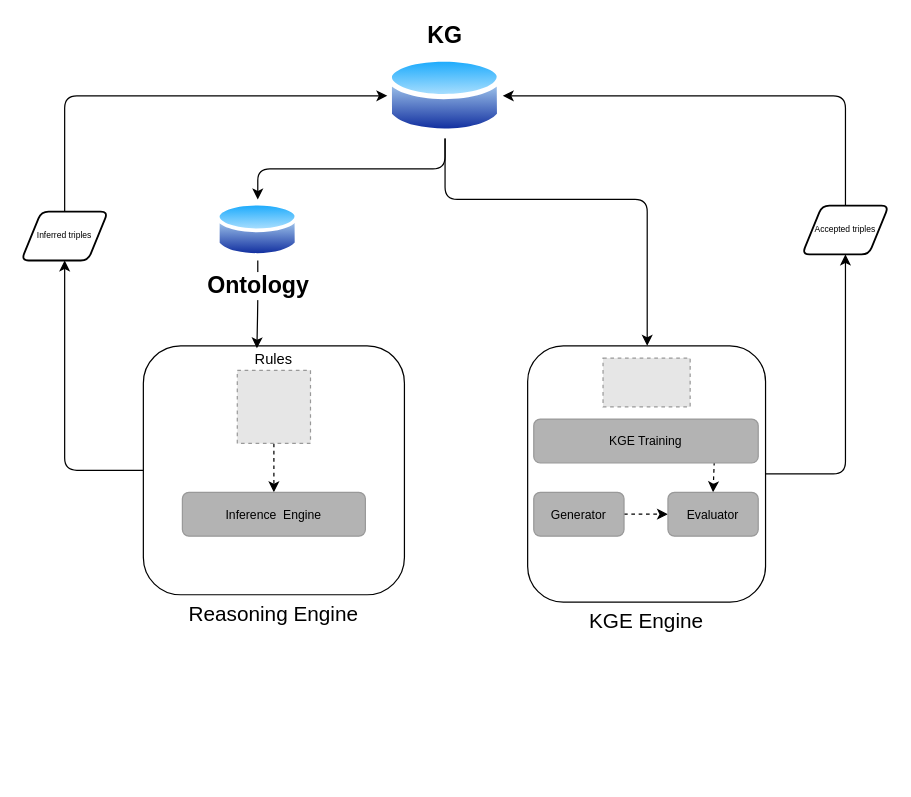
Above: page "Page-4" (4 of 5) of Untitled Diagram.drawio in smejkka3/kge-w-rule-based-reasoning (draw.io), before the change. Source tidied: cells renumbered, new cells numbered last; positions are measured from the earlier drawing's top-left corner, leaving out a move shared by most shapes. Both pictures are drawn from the tidied source at 122%, with x=0, y=0 at pixel (21, 52). Pictures stored in the file or linked from it are replaced by grey dashed boxes.
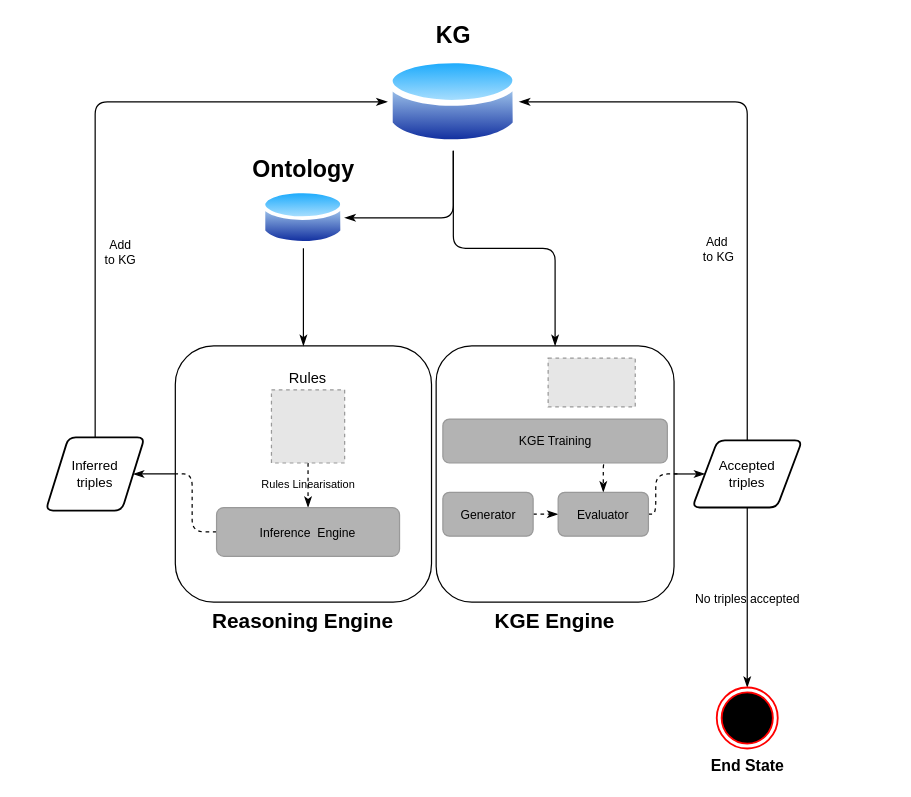
The same page after the edit.

The edit, as a diff of the source:
```diff
@@
-    <mxCell id="2" style="edgeStyle=orthogonalEdgeStyle;rounded=1;jettySize=auto;html=1;exitX=1;exitY=0.5;exitDx=0;exitDy=0;entryX=0.5;entryY=1;entryDx=0;entryDy=0;fontSize=7;" parent="1" edge="1" source="3" target="23">
+    <mxCell id="2" style="edgeStyle=orthogonalEdgeStyle;rounded=1;jettySize=auto;html=1;exitX=1;exitY=0.5;exitDx=0;exitDy=0;entryX=0;entryY=0.5;entryDx=0;entryDy=0;fontSize=13;endArrow=classicThin;endFill=1;" parent="1" edge="1" source="3" target="23">
       <mxGeometry relative="1" as="geometry" />
     </mxCell>
-    <mxCell id="3" value="KGE Engine" style="rounded=1;whiteSpace=wrap;html=1;fillColor=none;fontSize=17;labelPosition=center;verticalLabelPosition=bottom;align=center;verticalAlign=top;" parent="1" vertex="1">
-      <mxGeometry x="415" y="240" width="195" height="210" as="geometry" />
+    <mxCell id="3" value="KGE Engine" style="rounded=1;whiteSpace=wrap;html=1;fillColor=none;fontSize=17;labelPosition=center;verticalLabelPosition=bottom;align=center;verticalAlign=top;fontStyle=1;" parent="1" vertex="1">
+      <mxGeometry x="340" y="240" width="195" height="210" as="geometry" />
     </mxCell>
+    <mxCell id="5" style="edgeStyle=orthogonalEdgeStyle;rounded=1;jettySize=auto;html=1;exitX=0.5;exitY=1;exitDx=0;exitDy=0;fontSize=13;endArrow=classicThin;endFill=1;entryX=0.5;entryY=0;entryDx=0;entryDy=0;" parent="1" edge="1" source="6" target="3">
+      <mxGeometry relative="1" as="geometry" />
+    </mxCell>
-    <mxCell id="4" style="edgeStyle=orthogonalEdgeStyle;rounded=1;jettySize=auto;html=1;exitX=0.5;exitY=1;exitDx=0;exitDy=0;fontSize=7;" parent="1" edge="1" source="6" target="8">
+    <mxCell id="4" style="edgeStyle=orthogonalEdgeStyle;rounded=1;jettySize=auto;html=1;exitX=0.5;exitY=1;exitDx=0;exitDy=0;entryX=1;entryY=0.5;entryDx=0;entryDy=0;fontSize=13;endArrow=classicThin;endFill=1;" parent="1" edge="1" source="6" target="8">
       <mxGeometry relative="1" as="geometry" />
     </mxCell>
-    <mxCell id="5" style="edgeStyle=orthogonalEdgeStyle;rounded=1;jettySize=auto;html=1;exitX=0.5;exitY=1;exitDx=0;exitDy=0;fontSize=7;" parent="1" edge="1" source="6" target="3">
-      <mxGeometry relative="1" as="geometry">
-        <Array as="points">
-          <mxPoint x="347" y="120" />
-          <mxPoint x="513" y="120" />
-        </Array>
-      </mxGeometry>
-    </mxCell>
     <mxCell id="6" value="KG" style="perimeter=ellipsePerimeter;html=1;align=center;shadow=0;dashed=0;spacingTop=3;image;image=img/lib/active_directory/database.svg;fillColor=none;fontSize=19;fontStyle=1;labelPosition=center;verticalLabelPosition=top;verticalAlign=bottom;" parent="1" vertex="1">
-      <mxGeometry x="300" width="94.6" height="70" as="geometry" />
+      <mxGeometry x="300" width="108.1" height="80" as="geometry" />
     </mxCell>
-    <mxCell id="7" style="edgeStyle=orthogonalEdgeStyle;rounded=1;jettySize=auto;html=1;exitX=0.5;exitY=1;exitDx=0;exitDy=0;entryX=0.435;entryY=0.01;entryDx=0;entryDy=0;entryPerimeter=0;fontSize=7;" parent="1" edge="1" source="8" target="10">
+    <mxCell id="7" style="edgeStyle=orthogonalEdgeStyle;rounded=1;jettySize=auto;html=1;exitX=0.5;exitY=1;exitDx=0;exitDy=0;entryX=0.5;entryY=0;entryDx=0;entryDy=0;fontSize=13;endArrow=classicThin;endFill=1;" parent="1" edge="1" source="8" target="10">
       <mxGeometry relative="1" as="geometry" />
     </mxCell>
-    <mxCell id="8" value="Ontology" style="perimeter=ellipsePerimeter;html=1;align=center;shadow=0;dashed=0;spacingTop=3;image;image=img/lib/active_directory/database.svg;fontSize=19;fillColor=none;fontStyle=1;" parent="1" vertex="1">
-      <mxGeometry x="160" y="120" width="67.6" height="50" as="geometry" />
+    <mxCell id="8" value="Ontology" style="perimeter=ellipsePerimeter;html=1;align=center;shadow=0;dashed=0;spacingTop=3;image;image=img/lib/active_directory/database.svg;fontSize=19;fillColor=none;fontStyle=1;labelBackgroundColor=none;labelPosition=center;verticalLabelPosition=top;verticalAlign=bottom;" parent="1" vertex="1">
+      <mxGeometry x="197.4" y="110" width="67.6" height="50" as="geometry" />
     </mxCell>
-    <mxCell id="9" style="edgeStyle=orthogonalEdgeStyle;rounded=1;jettySize=auto;html=1;exitX=0;exitY=0.5;exitDx=0;exitDy=0;fontSize=7;" parent="1" edge="1" source="10" target="12">
+    <mxCell id="9" style="edgeStyle=orthogonalEdgeStyle;rounded=1;jettySize=auto;html=1;exitX=0;exitY=0.5;exitDx=0;exitDy=0;entryX=1;entryY=0.5;entryDx=0;entryDy=0;fontSize=13;endArrow=classicThin;endFill=1;" parent="1" edge="1" source="10" target="12">
       <mxGeometry relative="1" as="geometry" />
     </mxCell>
-    <mxCell id="10" value="Reasoning Engine" style="rounded=1;whiteSpace=wrap;html=1;fontSize=17;fillColor=none;labelPosition=center;verticalLabelPosition=bottom;align=center;verticalAlign=top;" parent="1" vertex="1">
-      <mxGeometry x="100" y="240" width="214" height="204" as="geometry" />
+    <mxCell id="10" value="Reasoning Engine" style="rounded=1;whiteSpace=wrap;html=1;fontSize=17;fillColor=none;labelPosition=center;verticalLabelPosition=bottom;align=center;verticalAlign=top;fontStyle=1;" parent="1" vertex="1">
+      <mxGeometry x="126.2" y="240" width="210" height="210" as="geometry" />
     </mxCell>
-    <mxCell id="11" style="edgeStyle=orthogonalEdgeStyle;rounded=1;jettySize=auto;html=1;exitX=0.5;exitY=0;exitDx=0;exitDy=0;entryX=0;entryY=0.5;entryDx=0;entryDy=0;fontSize=7;" parent="1" edge="1" source="12" target="6">
-      <mxGeometry relative="1" as="geometry" />
+    <mxCell id="11" value="Add &lt;br&gt;to KG" style="edgeStyle=orthogonalEdgeStyle;rounded=1;jettySize=auto;html=1;exitX=0.5;exitY=0;exitDx=0;exitDy=0;entryX=0;entryY=0.5;entryDx=0;entryDy=0;fontSize=10;endArrow=classicThin;endFill=1;labelBackgroundColor=none;" parent="1" edge="1" source="12" target="6">
+      <mxGeometry x="-0.41" y="-19" relative="1" as="geometry">
+        <mxPoint x="1" as="offset" />
+      </mxGeometry>
     </mxCell>
-    <mxCell id="12" value="Inferred triples" style="shape=parallelogram;html=1;strokeWidth=1.5;perimeter=parallelogramPerimeter;whiteSpace=wrap;rounded=1;arcSize=12;size=0.23;fontSize=7;fillColor=none;" parent="1" vertex="1">
-      <mxGeometry y="130" width="71" height="40" as="geometry" />
+    <mxCell id="12" value="Inferred &lt;br style=&quot;font-size: 11px;&quot;&gt;triples" style="shape=parallelogram;html=1;strokeWidth=1.5;perimeter=parallelogramPerimeter;whiteSpace=wrap;rounded=1;arcSize=12;size=0.23;fontSize=11;fillColor=none;verticalAlign=middle;align=center;" parent="1" vertex="1">
+      <mxGeometry x="20" y="315" width="81" height="60" as="geometry" />
     </mxCell>
     <mxCell id="13" style="fillColor=#E6E6E6;strokeColor=#999999;dashed=1;verticalLabelPosition=bottom;verticalAlign=top;fontSize=10;" parent="1" vertex="1">
-      <mxGeometry x="476.8" y="250" width="71.4" height="40" as="geometry" />
+      <mxGeometry x="431.8" y="250" width="71.4" height="40" as="geometry" />
     </mxCell>
-    <mxCell id="14" style="edgeStyle=orthogonalEdgeStyle;rounded=1;jettySize=auto;html=1;exitX=0.5;exitY=1;exitDx=0;exitDy=0;dashed=1;fontSize=7;" parent="1" edge="1" source="15" target="16">
+    <mxCell id="14" value="Rules Linearisation" style="edgeStyle=orthogonalEdgeStyle;rounded=1;jettySize=auto;html=1;exitX=0.5;exitY=1;exitDx=0;exitDy=0;entryX=0.5;entryY=0;entryDx=0;entryDy=0;labelBackgroundColor=none;fontSize=9;endArrow=classicThin;endFill=1;dashed=1;" parent="1" edge="1" source="15" target="16">
       <mxGeometry relative="1" as="geometry" />
     </mxCell>
     <mxCell id="15" value="Rules" style="fillColor=#E6E6E6;strokeColor=#999999;dashed=1;verticalLabelPosition=top;labelBackgroundColor=default;verticalAlign=bottom;labelPosition=center;align=center;" parent="1" vertex="1">
-      <mxGeometry x="177" y="260" width="60" height="60" as="geometry" />
+      <mxGeometry x="205" y="276" width="60" height="60" as="geometry" />
     </mxCell>
+    <mxCell id="24" style="edgeStyle=orthogonalEdgeStyle;rounded=1;jettySize=auto;html=1;exitX=0;exitY=0.5;exitDx=0;exitDy=0;dashed=1;labelBackgroundColor=none;fontSize=9;endArrow=none;endFill=0;entryX=0;entryY=0.5;entryDx=0;entryDy=0;" parent="1" edge="1" source="16" target="10">
+      <mxGeometry relative="1" as="geometry">
+        <Array as="points">
+          <mxPoint x="140" y="393" />
+          <mxPoint x="140" y="345" />
+        </Array>
+      </mxGeometry>
+    </mxCell>
     <mxCell id="16" value="Inference &amp;nbsp;Engine" style="rounded=1;whiteSpace=wrap;html=1;fillStyle=solid;strokeColor=#999999;fontSize=10;fillColor=#B3B3B3;gradientColor=none;" parent="1" vertex="1">
-      <mxGeometry x="132" y="360" width="150" height="36" as="geometry" />
+      <mxGeometry x="160" y="372.5" width="150" height="40" as="geometry" />
     </mxCell>
-    <mxCell id="17" style="edgeStyle=orthogonalEdgeStyle;rounded=1;jettySize=auto;html=1;exitX=0.804;exitY=0.972;exitDx=0;exitDy=0;entryX=0.5;entryY=0;entryDx=0;entryDy=0;dashed=1;fontSize=7;exitPerimeter=0;" parent="1" edge="1" source="18" target="21">
-      <mxGeometry relative="1" as="geometry" />
-    </mxCell>
+    <mxCell id="25" style="edgeStyle=orthogonalEdgeStyle;rounded=1;jettySize=auto;html=1;entryX=0.5;entryY=0;entryDx=0;entryDy=0;dashed=1;labelBackgroundColor=none;fontSize=9;endArrow=classicThin;endFill=1;" parent="1" edge="1" target="21">
+      <mxGeometry relative="1" as="geometry">
+        <mxPoint x="522" y="330" as="sourcePoint" />
+      </mxGeometry>
+    </mxCell>
     <mxCell id="18" value="KGE Training" style="rounded=1;whiteSpace=wrap;html=1;fillStyle=solid;strokeColor=#999999;fontSize=10;fillColor=#B3B3B3;gradientColor=none;" parent="1" vertex="1">
-      <mxGeometry x="420" y="300" width="184" height="36" as="geometry" />
+      <mxGeometry x="345.5" y="300" width="184" height="36" as="geometry" />
     </mxCell>
-    <mxCell id="19" style="edgeStyle=orthogonalEdgeStyle;rounded=1;jettySize=auto;html=1;exitX=1;exitY=0.5;exitDx=0;exitDy=0;entryX=0;entryY=0.5;entryDx=0;entryDy=0;dashed=1;fontSize=7;" parent="1" edge="1" source="20" target="21">
+    <mxCell id="19" style="edgeStyle=orthogonalEdgeStyle;rounded=1;jettySize=auto;html=1;exitX=1;exitY=0.5;exitDx=0;exitDy=0;entryX=0;entryY=0.5;entryDx=0;entryDy=0;dashed=1;labelBackgroundColor=none;fontSize=9;endArrow=classicThin;endFill=1;" parent="1" edge="1" source="20" target="21">
       <mxGeometry relative="1" as="geometry" />
     </mxCell>
     <mxCell id="20" value="Generator" style="rounded=1;whiteSpace=wrap;html=1;fillStyle=solid;strokeColor=#999999;fontSize=10;fillColor=#B3B3B3;gradientColor=none;" parent="1" vertex="1">
-      <mxGeometry x="420" y="360" width="74" height="36" as="geometry" />
+      <mxGeometry x="345.5" y="360" width="74" height="36" as="geometry" />
     </mxCell>
+    <mxCell id="26" style="edgeStyle=orthogonalEdgeStyle;rounded=1;jettySize=auto;html=1;exitX=1;exitY=0.5;exitDx=0;exitDy=0;dashed=1;labelBackgroundColor=none;fontSize=11;endArrow=none;endFill=0;" parent="1" edge="1" source="21">
+      <mxGeometry relative="1" as="geometry">
+        <mxPoint x="540" y="345" as="targetPoint" />
+        <Array as="points">
+          <mxPoint x="520" y="378" />
+          <mxPoint x="520" y="345" />
+          <mxPoint x="540" y="345" />
+        </Array>
+      </mxGeometry>
+    </mxCell>
     <mxCell id="21" value="Evaluator" style="rounded=1;whiteSpace=wrap;html=1;fillStyle=solid;strokeColor=#999999;fontSize=10;fillColor=#B3B3B3;gradientColor=none;" parent="1" vertex="1">
-      <mxGeometry x="530" y="360" width="74" height="36" as="geometry" />
+      <mxGeometry x="440" y="360" width="74" height="36" as="geometry" />
     </mxCell>
-    <mxCell id="22" style="edgeStyle=orthogonalEdgeStyle;rounded=1;jettySize=auto;html=1;exitX=0.5;exitY=0;exitDx=0;exitDy=0;entryX=1;entryY=0.5;entryDx=0;entryDy=0;fontSize=7;" parent="1" edge="1" source="23" target="6">
-      <mxGeometry relative="1" as="geometry" />
+    <mxCell id="22" value="Add&lt;br&gt;&amp;nbsp;to&amp;nbsp;KG" style="edgeStyle=orthogonalEdgeStyle;rounded=1;jettySize=auto;html=1;exitX=0.5;exitY=0;exitDx=0;exitDy=0;entryX=1;entryY=0.5;entryDx=0;entryDy=0;fontSize=10;endArrow=classicThin;endFill=1;labelBackgroundColor=none;" parent="1" edge="1" source="23" target="6">
+      <mxGeometry x="-0.32" y="25" relative="1" as="geometry">
+        <mxPoint y="1" as="offset" />
+      </mxGeometry>
     </mxCell>
+    <mxCell id="27" value="No triples accepted" style="edgeStyle=orthogonalEdgeStyle;rounded=1;jettySize=auto;html=1;exitX=0.5;exitY=1;exitDx=0;exitDy=0;entryX=0.5;entryY=0;entryDx=0;entryDy=0;fontSize=10;endArrow=classicThin;endFill=1;labelPosition=center;verticalLabelPosition=middle;align=center;verticalAlign=middle;labelBackgroundColor=none;" parent="1" edge="1" source="23" target="28">
+      <mxGeometry relative="1" as="geometry" />
+    </mxCell>
-    <mxCell id="23" value="Accepted triples" style="shape=parallelogram;html=1;strokeWidth=1.5;perimeter=parallelogramPerimeter;whiteSpace=wrap;rounded=1;arcSize=12;size=0.23;fontSize=7;fillColor=none;" parent="1" vertex="1">
-      <mxGeometry x="640" y="125" width="71" height="40" as="geometry" />
+    <mxCell id="23" value="Accepted &lt;br style=&quot;font-size: 11px;&quot;&gt;triples" style="shape=parallelogram;html=1;strokeWidth=1.5;perimeter=parallelogramPerimeter;whiteSpace=wrap;rounded=1;arcSize=12;size=0.23;fontSize=11;fillColor=none;" parent="1" vertex="1">
+      <mxGeometry x="550" y="317.5" width="90" height="55" as="geometry" />
     </mxCell>
+    <mxCell id="28" value="End State" style="ellipse;html=1;shape=endState;fillColor=#000000;strokeColor=#ff0000;labelBackgroundColor=none;fillStyle=solid;strokeWidth=1.5;fontSize=13;labelPosition=center;verticalLabelPosition=bottom;align=center;verticalAlign=top;fontStyle=1;" parent="1" vertex="1">
+      <mxGeometry x="570" y="520" width="50" height="50" as="geometry" />
+    </mxCell>
```
